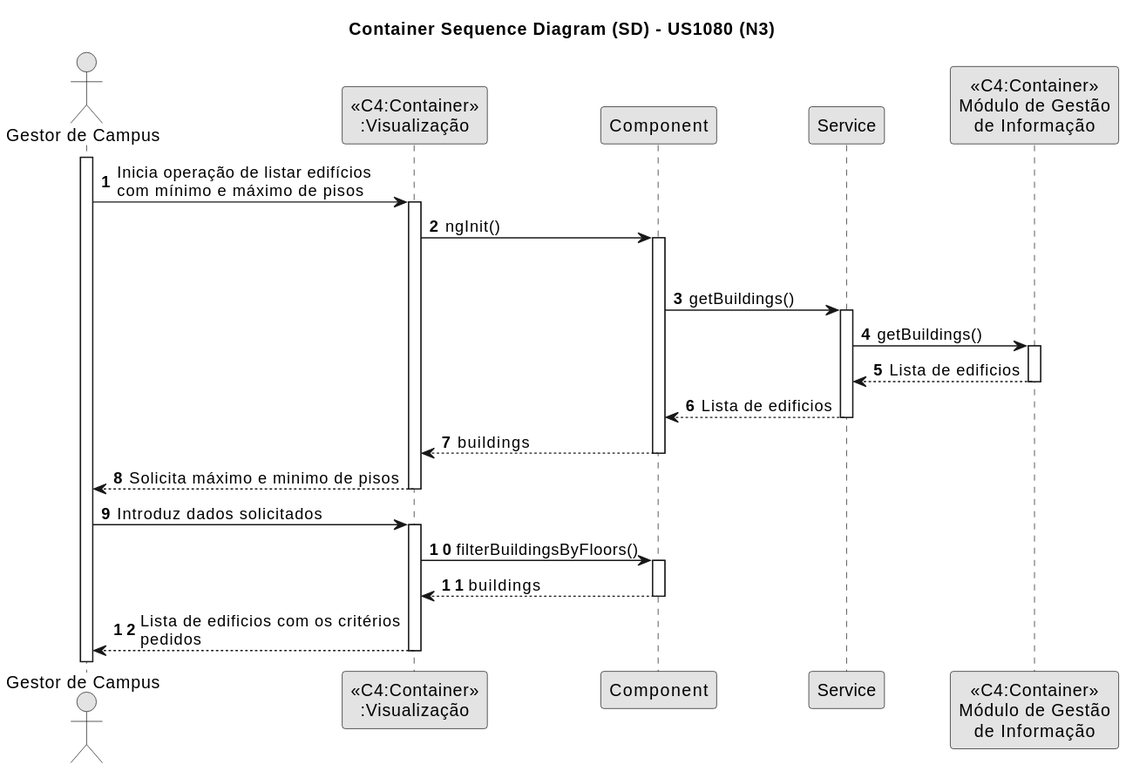
The PlantUML diagram docs/SprintB/1210816/us1080/SD-N3-US1080.svg in pedrocmesquita/RobDroneGo, before a commit.
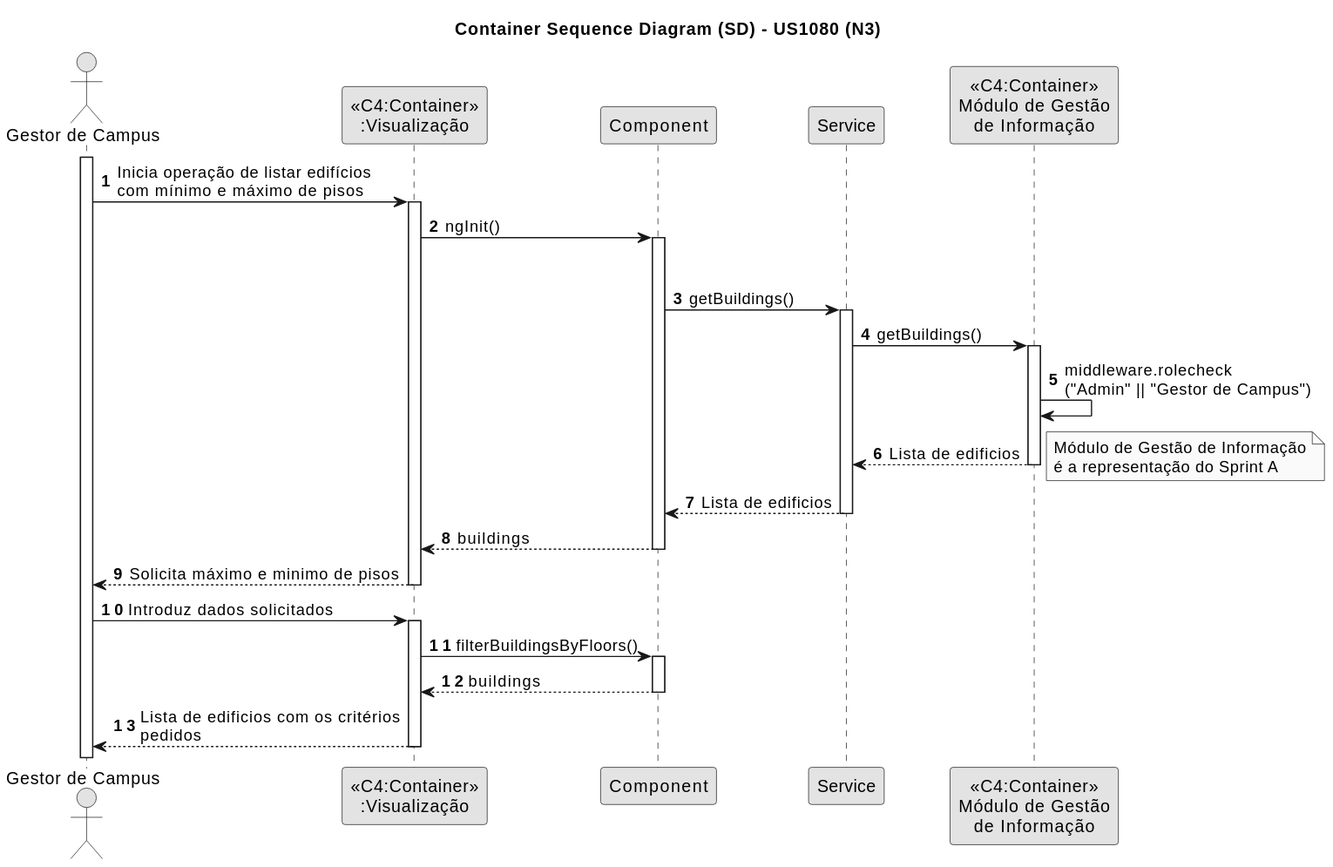
Later version of the same file.

The edit, as a diff of the source:
```diff
@@ -20,8 +20,10 @@
 
 Service -> "<<C4:Container>>\nMódulo de Gestão\nde Informação" : getBuildings()
 activate "<<C4:Container>>\nMódulo de Gestão\nde Informação"
+"<<C4:Container>>\nMódulo de Gestão\nde Informação" -> "<<C4:Container>>\nMódulo de Gestão\nde Informação": middleware.rolecheck\n("Admin" || "Gestor de Campus")
 "<<C4:Container>>\nMódulo de Gestão\nde Informação" --> Service: Lista de edificios
 deactivate "<<C4:Container>>\nMódulo de Gestão\nde Informação"
+note right: Módulo de Gestão de Informação\né a representação do Sprint A
 Service --> Component: Lista de edificios
 deactivate Service
 Component --> "<<C4:Container>>\n:Visualização" : buildings
```
